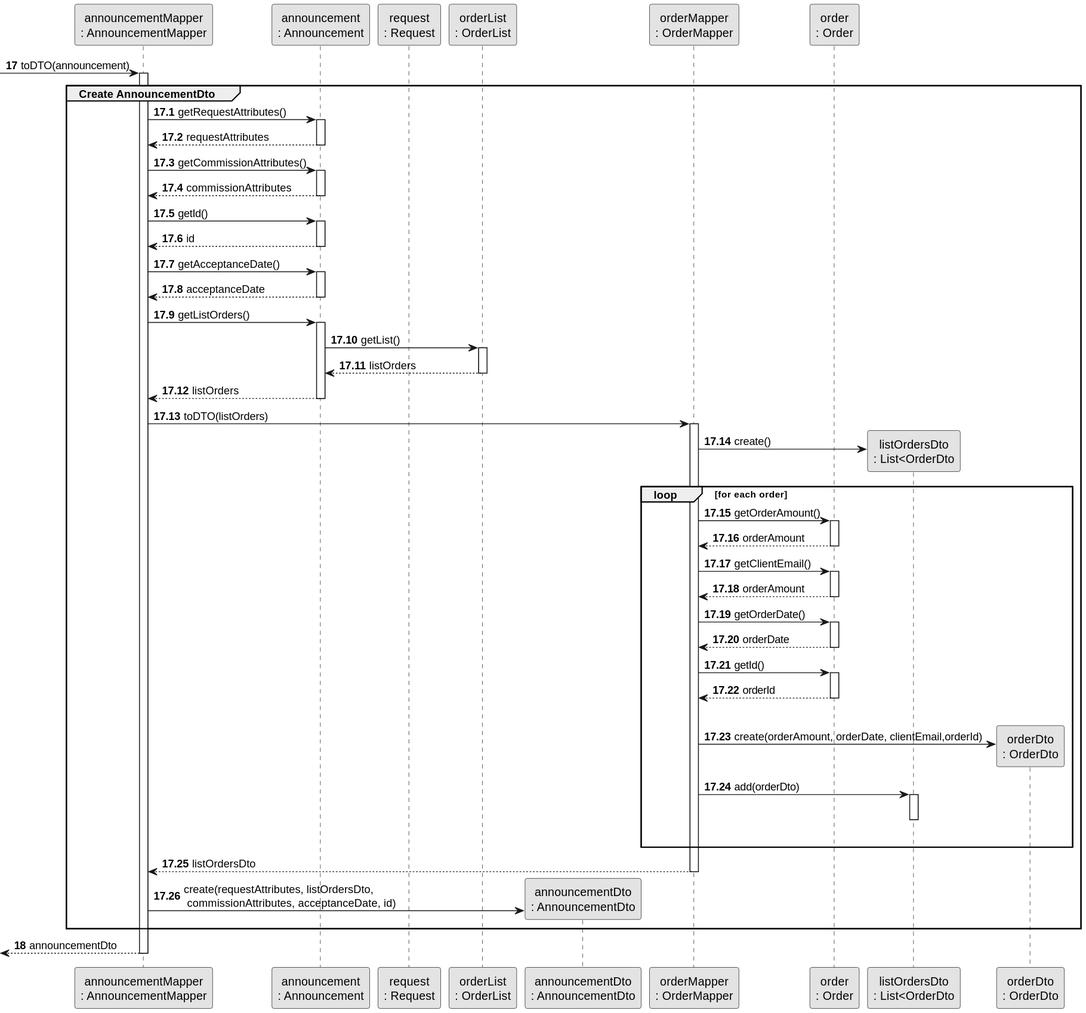
Above: docs/sprintC/us011/03.design/svg/us011-sequence-diagram-partial-create-announcementDto.svg in rita-barbosa/LAPR2-2223 (PlantUML), before the change. Its diagram source:
```plantuml
@startuml
skinparam monochrome true
skinparam packageStyle rectangle
skinparam shadowing false



participant "announcementMapper\n: AnnouncementMapper" as AnnMAPPER
participant "announcement\n: Announcement" as Announce
participant "request\n: Request" as Request
participant "orderList\n: OrderList" as OrderList
participant "announcementDto\n: AnnouncementDto" as AnnDTO
participant "orderMapper\n: OrderMapper" as OrderMapper
participant "order\n: Order" as Order
participant "listOrdersDto\n: List<OrderDto" as OrderDTOList
participant "orderDto\n: OrderDto" as OrderDTO


autonumber 17
         -> AnnMAPPER : toDTO(announcement)
         activate AnnMAPPER
autonumber 17.1
group Create AnnouncementDto

         AnnMAPPER -> Announce: getRequestAttributes()
         activate Announce
         Announce --> AnnMAPPER : requestAttributes
         deactivate Announce

         AnnMAPPER -> Announce: getCommissionAttributes()
         activate Announce
         Announce --> AnnMAPPER : commissionAttributes
         deactivate Announce

         AnnMAPPER -> Announce : getId()
         activate Announce
         Announce --> AnnMAPPER : id
         deactivate Announce

         AnnMAPPER -> Announce: getAcceptanceDate()
         activate Announce
         Announce --> AnnMAPPER : acceptanceDate
         deactivate Announce

         AnnMAPPER -> Announce:  getListOrders()
         activate Announce
         Announce -> OrderList : getList()
         activate OrderList

         OrderList --> Announce : listOrders
         deactivate OrderList
         Announce --> AnnMAPPER : listOrders
         deactivate Announce

         AnnMAPPER -> OrderMapper : toDTO(listOrders)
         activate OrderMapper

        OrderMapper -> OrderDTOList** : create()
                loop for each order
                     OrderMapper -> Order : getOrderAmount()
                     activate Order
                     Order --> OrderMapper : orderAmount
                     deactivate Order

                     OrderMapper -> Order : getClientEmail()
                     activate Order
                     Order --> OrderMapper : orderAmount
                     deactivate Order

                     OrderMapper -> Order : getOrderDate()
                     activate Order
                     Order --> OrderMapper : orderDate
                     deactivate Order

                     OrderMapper -> Order : getId()
                     activate Order
                     Order--> OrderMapper: orderId
                     deactivate Order
                     |||
                     OrderMapper -> OrderDTO** : create(orderAmount, orderDate, clientEmail,orderId)

                     OrderMapper -> OrderDTOList : add(orderDto)
                     activate OrderDTOList
                     deactivate OrderDTOList
                |||
                end loop

         OrderMapper --> AnnMAPPER: listOrdersDto
         deactivate OrderMapper

         AnnMAPPER -> AnnDTO**: create(requestAttributes, listOrdersDto,\n commissionAttributes, acceptanceDate, id)
         end group

autonumber 18

     <-- AnnMAPPER : announcementDto
     deactivate AnnMAPPER
@enduml
```
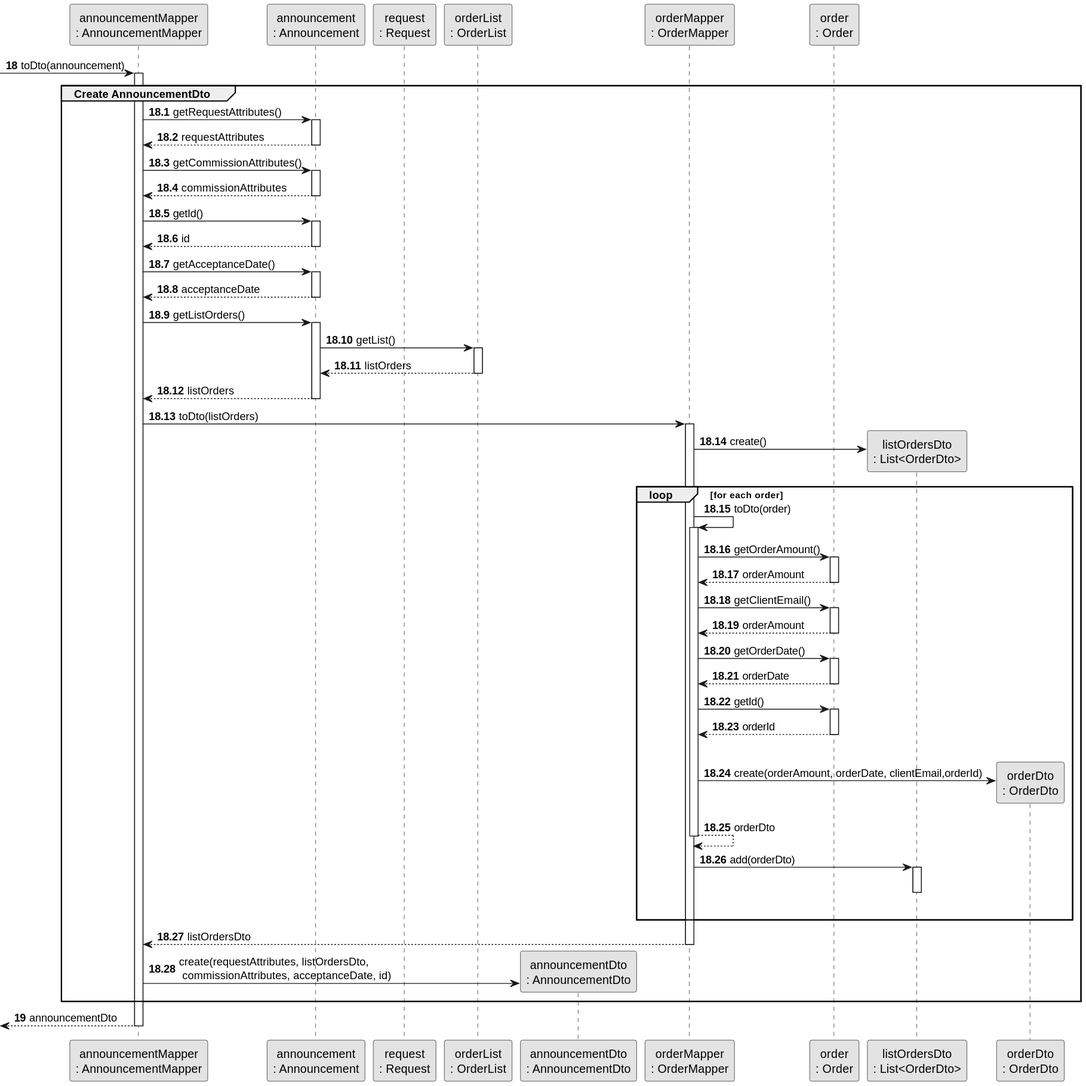
Later version of the same file.

Commit message:
Update Sequence & Class diagram: final alterations [US011][Design][#01 & #05 Task]

Change to the diagram source:
```diff
@@ -12,14 +12,14 @@
 participant "announcementDto\n: AnnouncementDto" as AnnDTO
 participant "orderMapper\n: OrderMapper" as OrderMapper
 participant "order\n: Order" as Order
-participant "listOrdersDto\n: List<OrderDto" as OrderDTOList
+participant "listOrdersDto\n: List<OrderDto>" as OrderDTOList
 participant "orderDto\n: OrderDto" as OrderDTO
 
 
-autonumber 17
-         -> AnnMAPPER : toDTO(announcement)
+autonumber 18
+         -> AnnMAPPER : toDto(announcement)
          activate AnnMAPPER
-autonumber 17.1
+autonumber 18.1
 group Create AnnouncementDto
 
          AnnMAPPER -> Announce: getRequestAttributes()
@@ -52,11 +52,13 @@
          Announce --> AnnMAPPER : listOrders
          deactivate Announce
 
-         AnnMAPPER -> OrderMapper : toDTO(listOrders)
+         AnnMAPPER -> OrderMapper : toDto(listOrders)
          activate OrderMapper
 
         OrderMapper -> OrderDTOList** : create()
                 loop for each order
+                OrderMapper -> OrderMapper : toDto(order)
+                activate OrderMapper
                      OrderMapper -> Order : getOrderAmount()
                      activate Order
                      Order --> OrderMapper : orderAmount
@@ -78,6 +80,8 @@
                      deactivate Order
                      |||
                      OrderMapper -> OrderDTO** : create(orderAmount, orderDate, clientEmail,orderId)
+                     OrderMapper --> OrderMapper: orderDto
+                     deactivate OrderMapper
 
                      OrderMapper -> OrderDTOList : add(orderDto)
                      activate OrderDTOList
@@ -91,7 +95,7 @@
          AnnMAPPER -> AnnDTO**: create(requestAttributes, listOrdersDto,\n commissionAttributes, acceptanceDate, id)
          end group
 
-autonumber 18
+autonumber 19
 
      <-- AnnMAPPER : announcementDto
      deactivate AnnMAPPER
```
